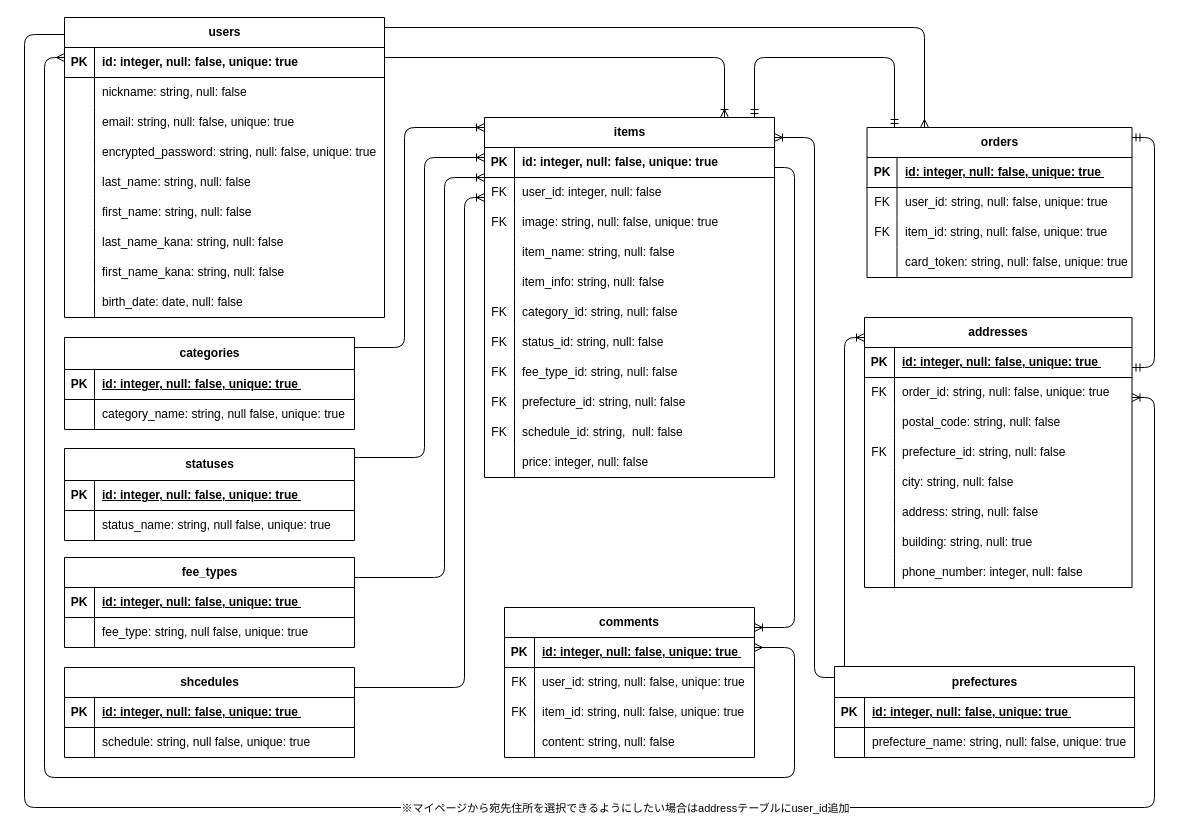
Earlier version of the draw.io diagram test.dio (reskillfrom31-lab/furima-46419). Source tidied: cells renumbered, new cells numbered last; positions are measured from the earlier drawing's top-left corner, leaving out a move shared by most shapes. Both pictures are drawn from the tidied source at 100%, with x=0, y=0 at pixel (24, 17).
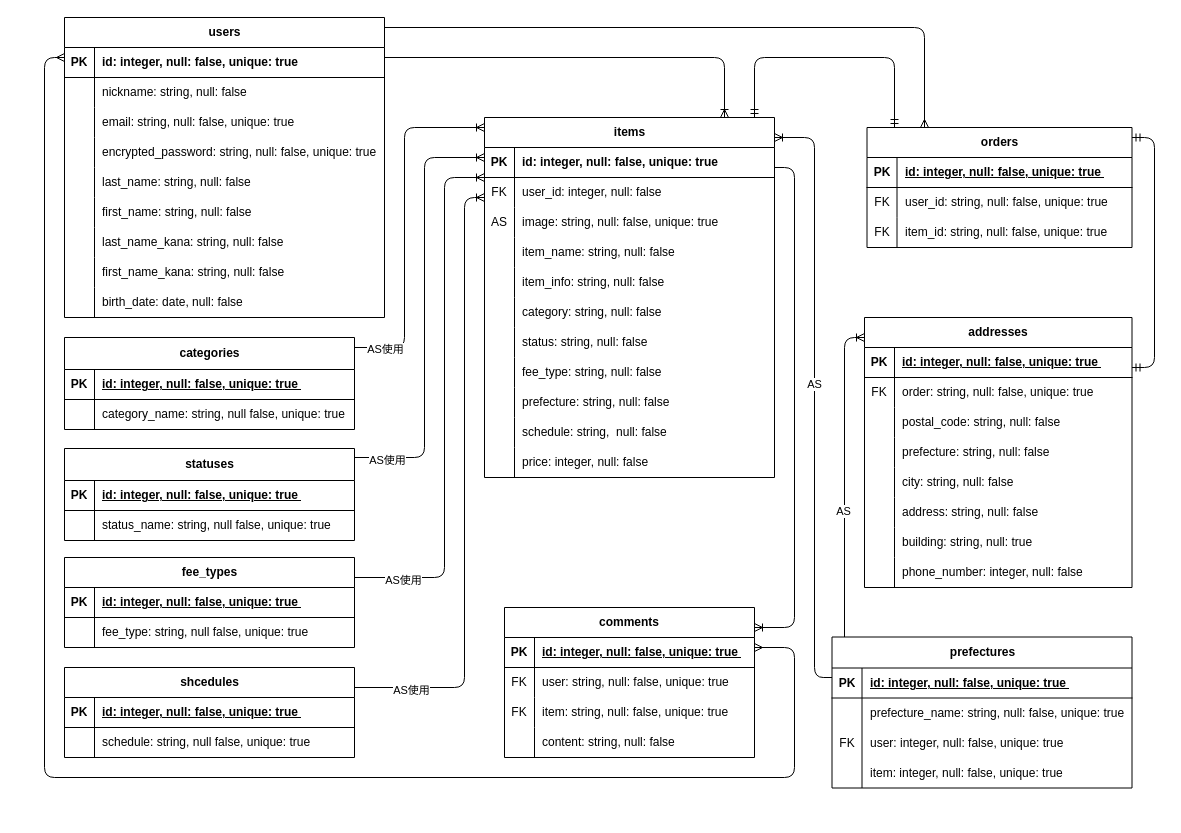
The same page after the edit.

Commit message (it also covers changes not shown here):
メンター指摘事項修正

The change refers to these unchanged cells:
```xml
<mxCell id="2" value="users" style="shape=table;startSize=30;childLayout=tableLayout;rowLines=0;fontStyle=1;align=center;html=1;" parent="1" vertex="1">
  <mxGeometry x="40" width="320" height="300" as="geometry" />
</mxCell>
<mxCell id="34" style="shape=tableRow;horizontal=0;startSize=0;swimlaneHead=0;swimlaneBody=0;fillColor=none;top=0;left=0;right=0;bottom=0;html=1;" parent="30" vertex="1">
  <mxGeometry y="60" width="250" height="30" as="geometry" />
</mxCell>
<mxCell id="37" style="shape=tableRow;horizontal=0;startSize=0;swimlaneHead=0;swimlaneBody=0;fillColor=none;top=0;left=0;right=0;bottom=0;html=1;" parent="30" vertex="1">
  <mxGeometry y="90" width="250" height="30" as="geometry" />
</mxCell>
<mxCell id="89" value="addresses" style="shape=table;startSize=30;childLayout=tableLayout;rowLines=0;fontStyle=1;align=center;html=1;whiteSpace=wrap;" parent="1" vertex="1">
  <mxGeometry x="840" y="300" width="267.5" height="270" as="geometry" />
</mxCell>
<mxCell id="93" style="shape=tableRow;horizontal=0;startSize=0;swimlaneHead=0;swimlaneBody=0;fillColor=none;top=0;left=0;right=0;bottom=0;html=1;" parent="89" vertex="1">
  <mxGeometry y="60" width="267.5" height="30" as="geometry" />
</mxCell>
<mxCell id="99" style="shape=tableRow;horizontal=0;startSize=0;swimlaneHead=0;swimlaneBody=0;fillColor=none;points=[[0,0.5],[1,0.5]];portConstraint=eastwest;top=0;left=0;right=0;bottom=0;html=1;" parent="89" vertex="1">
  <mxGeometry y="120" width="267.5" height="30" as="geometry" />
</mxCell>
<mxCell id="129" style="shape=tableRow;horizontal=0;startSize=0;swimlaneHead=0;swimlaneBody=0;fillColor=none;top=0;left=0;right=0;bottom=0;" parent="122" vertex="1">
  <mxGeometry y="90" width="290" height="30" as="geometry" />
</mxCell>
<mxCell id="138" style="shape=tableRow;horizontal=0;startSize=0;swimlaneHead=0;swimlaneBody=0;fillColor=none;top=0;left=0;right=0;bottom=0;" parent="122" vertex="1">
  <mxGeometry y="180" width="290" height="30" as="geometry" />
</mxCell>
<mxCell id="141" style="shape=tableRow;horizontal=0;startSize=0;swimlaneHead=0;swimlaneBody=0;fillColor=none;top=0;left=0;right=0;bottom=0;" parent="122" vertex="1">
  <mxGeometry y="210" width="290" height="30" as="geometry" />
</mxCell>
<mxCell id="144" style="shape=tableRow;horizontal=0;startSize=0;swimlaneHead=0;swimlaneBody=0;fillColor=none;top=0;left=0;right=0;bottom=0;" parent="122" vertex="1">
  <mxGeometry y="240" width="290" height="30" as="geometry" />
</mxCell>
<mxCell id="147" style="shape=tableRow;horizontal=0;startSize=0;swimlaneHead=0;swimlaneBody=0;fillColor=none;top=0;left=0;right=0;bottom=0;" parent="122" vertex="1">
  <mxGeometry y="270" width="290" height="30" as="geometry" />
</mxCell>
<mxCell id="150" style="shape=tableRow;horizontal=0;startSize=0;swimlaneHead=0;swimlaneBody=0;fillColor=none;top=0;left=0;right=0;bottom=0;" parent="122" vertex="1">
  <mxGeometry y="300" width="290" height="30" as="geometry" />
</mxCell>
<mxCell id="156" style="edgeStyle=orthogonalEdgeStyle;fontSize=12;html=1;endArrow=ERoneToMany;" parent="1" edge="1" source="114" target="89">
  <mxGeometry relative="1" as="geometry">
    <Array as="points">
      <mxPoint x="820" y="320" />
    </Array>
  </mxGeometry>
</mxCell>
<mxCell id="157" style="edgeStyle=orthogonalEdgeStyle;fontSize=12;html=1;endArrow=ERoneToMany;" parent="1" edge="1" source="114" target="122">
  <mxGeometry relative="1" as="geometry">
    <Array as="points">
      <mxPoint x="790" y="660" />
      <mxPoint x="790" y="120" />
    </Array>
  </mxGeometry>
</mxCell>
<mxCell id="161" style="edgeStyle=orthogonalEdgeStyle;fontSize=12;html=1;endArrow=ERoneToMany;" parent="1" edge="1" source="75" target="122">
  <mxGeometry relative="1" as="geometry">
    <Array as="points">
      <mxPoint x="380" y="330" />
      <mxPoint x="380" y="110" />
    </Array>
  </mxGeometry>
</mxCell>
<mxCell id="162" style="edgeStyle=orthogonalEdgeStyle;fontSize=12;html=1;endArrow=ERoneToMany;" parent="1" edge="1" source="82" target="122">
  <mxGeometry relative="1" as="geometry">
    <Array as="points">
      <mxPoint x="400" y="440" />
      <mxPoint x="400" y="140" />
    </Array>
  </mxGeometry>
</mxCell>
<mxCell id="163" style="edgeStyle=orthogonalEdgeStyle;fontSize=12;html=1;endArrow=ERoneToMany;" parent="1" edge="1" source="61" target="122">
  <mxGeometry relative="1" as="geometry">
    <Array as="points">
      <mxPoint x="420" y="560" />
      <mxPoint x="420" y="160" />
    </Array>
  </mxGeometry>
</mxCell>
<mxCell id="164" style="edgeStyle=orthogonalEdgeStyle;fontSize=12;html=1;endArrow=ERoneToMany;" parent="1" edge="1" source="68" target="122">
  <mxGeometry relative="1" as="geometry">
    <Array as="points">
      <mxPoint x="440" y="670" />
      <mxPoint x="440" y="180" />
    </Array>
  </mxGeometry>
</mxCell>
```

The edit, as a diff of the source:
```diff
@@
-    <mxCell id="36" value="&lt;span style=&quot;color: rgb(0, 0, 0);&quot;&gt;user_id: string, null: false, unique: true&lt;/span&gt;" style="shape=partialRectangle;fillColor=none;top=0;left=0;bottom=0;right=0;align=left;spacingLeft=6;overflow=hidden;html=1;whiteSpace=wrap;" parent="34" vertex="1">
+    <mxCell id="36" value="&lt;span style=&quot;color: rgb(0, 0, 0);&quot;&gt;user: string, null: false, unique: true&lt;/span&gt;" style="shape=partialRectangle;fillColor=none;top=0;left=0;bottom=0;right=0;align=left;spacingLeft=6;overflow=hidden;html=1;whiteSpace=wrap;" parent="34" vertex="1">
       <mxGeometry x="30" width="220" height="30" as="geometry" />
     </mxCell>
@@
-    <mxCell id="39" value="&lt;span style=&quot;color: rgb(0, 0, 0);&quot;&gt;item_id: string, null: false, unique: true&lt;/span&gt;" style="shape=partialRectangle;fillColor=none;top=0;left=0;bottom=0;right=0;align=left;spacingLeft=6;overflow=hidden;html=1;whiteSpace=wrap;" parent="37" vertex="1">
+    <mxCell id="39" value="&lt;span style=&quot;color: rgb(0, 0, 0);&quot;&gt;item: string, null: false, unique: true&lt;/span&gt;" style="shape=partialRectangle;fillColor=none;top=0;left=0;bottom=0;right=0;align=left;spacingLeft=6;overflow=hidden;html=1;whiteSpace=wrap;" parent="37" vertex="1">
       <mxGeometry x="30" width="220" height="30" as="geometry" />
     </mxCell>
@@
     <mxCell id="44" value="orders" style="shape=table;startSize=30;childLayout=tableLayout;rowLines=0;fontStyle=1;align=center;html=1;whiteSpace=wrap;" parent="1" vertex="1">
-      <mxGeometry x="842.5" y="110" width="265" height="150" as="geometry" />
+      <mxGeometry x="842.5" y="110" width="265" height="120" as="geometry" />
     </mxCell>
@@
-    <mxCell id="54" style="shape=tableRow;horizontal=0;startSize=0;swimlaneHead=0;swimlaneBody=0;fillColor=none;top=0;left=0;right=0;bottom=0;html=1;" parent="44" vertex="1">
-      <mxGeometry y="120" width="265" height="30" as="geometry" />
-    </mxCell>
-    <mxCell id="55" style="shape=partialRectangle;fillColor=none;top=0;left=0;bottom=0;right=0;overflow=hidden;html=1;whiteSpace=wrap;" parent="54" vertex="1">
-      <mxGeometry width="30" height="30" as="geometry" />
-    </mxCell>
-    <mxCell id="56" value="&lt;span style=&quot;color: rgb(0, 0, 0);&quot;&gt;card_token: string, null: false, unique: true&lt;/span&gt;" style="shape=partialRectangle;fillColor=none;top=0;left=0;bottom=0;right=0;align=left;spacingLeft=6;overflow=hidden;html=1;whiteSpace=wrap;" parent="54" vertex="1">
-      <mxGeometry x="30" width="235" height="30" as="geometry" />
-    </mxCell>
@@
-    <mxCell id="95" value="&lt;span style=&quot;color: rgb(0, 0, 0);&quot;&gt;order_id: string, null: false, unique: true&lt;/span&gt;" style="shape=partialRectangle;fillColor=none;top=0;left=0;bottom=0;right=0;align=left;spacingLeft=6;overflow=hidden;html=1;whiteSpace=wrap;" parent="93" vertex="1">
+    <mxCell id="95" value="&lt;span style=&quot;color: rgb(0, 0, 0);&quot;&gt;order: string, null: false, unique: true&lt;/span&gt;" style="shape=partialRectangle;fillColor=none;top=0;left=0;bottom=0;right=0;align=left;spacingLeft=6;overflow=hidden;html=1;whiteSpace=wrap;" parent="93" vertex="1">
       <mxGeometry x="30" width="237.5" height="30" as="geometry" />
     </mxCell>
@@
-    <mxCell id="100" value="FK" style="shape=partialRectangle;fillColor=none;top=0;left=0;bottom=0;right=0;overflow=hidden;html=1;whiteSpace=wrap;" parent="99" vertex="1">
+    <mxCell id="100" style="shape=partialRectangle;fillColor=none;top=0;left=0;bottom=0;right=0;overflow=hidden;html=1;whiteSpace=wrap;" parent="99" vertex="1">
       <mxGeometry width="30" height="30" as="geometry" />
     </mxCell>
-    <mxCell id="101" value="prefecture_id: string, null: false&amp;nbsp;" style="shape=partialRectangle;fillColor=none;top=0;left=0;bottom=0;right=0;align=left;spacingLeft=6;overflow=hidden;html=1;whiteSpace=wrap;" parent="99" vertex="1">
+    <mxCell id="101" value="prefecture: string, null: false&amp;nbsp;" style="shape=partialRectangle;fillColor=none;top=0;left=0;bottom=0;right=0;align=left;spacingLeft=6;overflow=hidden;html=1;whiteSpace=wrap;" parent="99" vertex="1">
       <mxGeometry x="30" width="237.5" height="30" as="geometry" />
     </mxCell>
@@
     <mxCell id="114" value="prefectures" style="shape=table;startSize=31;childLayout=tableLayout;rowLines=0;fontStyle=1;align=center;html=1;" parent="1" vertex="1">
-      <mxGeometry x="810" y="649" width="300" height="91" as="geometry" />
+      <mxGeometry x="807.5" y="619.5" width="300" height="151" as="geometry" />
     </mxCell>
@@
+    <mxCell id="165" style="shape=tableRow;horizontal=0;startSize=0;swimlaneHead=0;swimlaneBody=0;fillColor=none;top=0;left=0;right=0;bottom=0;" parent="114" vertex="1">
+      <mxGeometry y="91" width="300" height="30" as="geometry" />
+    </mxCell>
+    <mxCell id="166" value="FK" style="shape=partialRectangle;fillColor=none;top=0;left=0;bottom=0;right=0;overflow=hidden;whiteSpace=wrap;html=1;" parent="165" vertex="1">
+      <mxGeometry width="30" height="30" as="geometry" />
+    </mxCell>
+    <mxCell id="167" value="user: integer, null: false, unique: true" style="shape=partialRectangle;fillColor=none;top=0;left=0;bottom=0;right=0;align=left;spacingLeft=6;overflow=hidden;whiteSpace=wrap;html=1;" parent="165" vertex="1">
+      <mxGeometry x="30" width="270" height="30" as="geometry" />
+    </mxCell>
+    <mxCell id="168" style="shape=tableRow;horizontal=0;startSize=0;swimlaneHead=0;swimlaneBody=0;fillColor=none;top=0;left=0;right=0;bottom=0;" parent="114" vertex="1">
+      <mxGeometry y="121" width="300" height="30" as="geometry" />
+    </mxCell>
+    <mxCell id="169" style="shape=partialRectangle;fillColor=none;top=0;left=0;bottom=0;right=0;overflow=hidden;whiteSpace=wrap;html=1;" parent="168" vertex="1">
+      <mxGeometry width="30" height="30" as="geometry" />
+    </mxCell>
+    <mxCell id="170" value="item: integer, null: false, unique: true" style="shape=partialRectangle;fillColor=none;top=0;left=0;bottom=0;right=0;align=left;spacingLeft=6;overflow=hidden;whiteSpace=wrap;html=1;" parent="168" vertex="1">
+      <mxGeometry x="30" width="270" height="30" as="geometry" />
+    </mxCell>
@@
-    <mxCell id="130" value="FK" style="shape=partialRectangle;fillColor=none;top=0;left=0;bottom=0;right=0;overflow=hidden;whiteSpace=wrap;html=1;" parent="129" vertex="1">
+    <mxCell id="130" value="AS" style="shape=partialRectangle;fillColor=none;top=0;left=0;bottom=0;right=0;overflow=hidden;whiteSpace=wrap;html=1;" parent="129" vertex="1">
       <mxGeometry width="30" height="30" as="geometry" />
     </mxCell>
@@
-    <mxCell id="139" value="FK" style="shape=partialRectangle;fillColor=none;top=0;left=0;bottom=0;right=0;overflow=hidden;whiteSpace=wrap;html=1;" parent="138" vertex="1">
+    <mxCell id="139" style="shape=partialRectangle;fillColor=none;top=0;left=0;bottom=0;right=0;overflow=hidden;whiteSpace=wrap;html=1;" parent="138" vertex="1">
       <mxGeometry width="30" height="30" as="geometry" />
     </mxCell>
-    <mxCell id="140" value="category_id: string, null: false" style="shape=partialRectangle;fillColor=none;top=0;left=0;bottom=0;right=0;align=left;spacingLeft=6;overflow=hidden;whiteSpace=wrap;html=1;" parent="138" vertex="1">
+    <mxCell id="140" value="category: string, null: false" style="shape=partialRectangle;fillColor=none;top=0;left=0;bottom=0;right=0;align=left;spacingLeft=6;overflow=hidden;whiteSpace=wrap;html=1;" parent="138" vertex="1">
       <mxGeometry x="30" width="260" height="30" as="geometry" />
     </mxCell>
@@
-    <mxCell id="142" value="FK" style="shape=partialRectangle;fillColor=none;top=0;left=0;bottom=0;right=0;overflow=hidden;whiteSpace=wrap;html=1;" parent="141" vertex="1">
+    <mxCell id="142" style="shape=partialRectangle;fillColor=none;top=0;left=0;bottom=0;right=0;overflow=hidden;whiteSpace=wrap;html=1;" parent="141" vertex="1">
       <mxGeometry width="30" height="30" as="geometry" />
     </mxCell>
-    <mxCell id="143" value="status_id: string, null: false" style="shape=partialRectangle;fillColor=none;top=0;left=0;bottom=0;right=0;align=left;spacingLeft=6;overflow=hidden;whiteSpace=wrap;html=1;" parent="141" vertex="1">
+    <mxCell id="143" value="status: string, null: false" style="shape=partialRectangle;fillColor=none;top=0;left=0;bottom=0;right=0;align=left;spacingLeft=6;overflow=hidden;whiteSpace=wrap;html=1;" parent="141" vertex="1">
       <mxGeometry x="30" width="260" height="30" as="geometry" />
     </mxCell>
@@
-    <mxCell id="145" value="FK" style="shape=partialRectangle;fillColor=none;top=0;left=0;bottom=0;right=0;overflow=hidden;whiteSpace=wrap;html=1;" parent="144" vertex="1">
+    <mxCell id="145" style="shape=partialRectangle;fillColor=none;top=0;left=0;bottom=0;right=0;overflow=hidden;whiteSpace=wrap;html=1;" parent="144" vertex="1">
       <mxGeometry width="30" height="30" as="geometry" />
     </mxCell>
-    <mxCell id="146" value="fee_type_id: string, null: false" style="shape=partialRectangle;fillColor=none;top=0;left=0;bottom=0;right=0;align=left;spacingLeft=6;overflow=hidden;whiteSpace=wrap;html=1;" parent="144" vertex="1">
+    <mxCell id="146" value="fee_type: string, null: false" style="shape=partialRectangle;fillColor=none;top=0;left=0;bottom=0;right=0;align=left;spacingLeft=6;overflow=hidden;whiteSpace=wrap;html=1;" parent="144" vertex="1">
       <mxGeometry x="30" width="260" height="30" as="geometry" />
     </mxCell>
@@
-    <mxCell id="148" value="FK" style="shape=partialRectangle;fillColor=none;top=0;left=0;bottom=0;right=0;overflow=hidden;whiteSpace=wrap;html=1;" parent="147" vertex="1">
+    <mxCell id="148" style="shape=partialRectangle;fillColor=none;top=0;left=0;bottom=0;right=0;overflow=hidden;whiteSpace=wrap;html=1;" parent="147" vertex="1">
       <mxGeometry width="30" height="30" as="geometry" />
     </mxCell>
-    <mxCell id="149" value="&lt;span style=&quot;color: rgb(0, 0, 0);&quot;&gt;prefecture_id: string&lt;/span&gt;&lt;span style=&quot;color: rgb(0, 0, 0);&quot;&gt;, null: false&lt;/span&gt;" style="shape=partialRectangle;fillColor=none;top=0;left=0;bottom=0;right=0;align=left;spacingLeft=6;overflow=hidden;whiteSpace=wrap;html=1;" parent="147" vertex="1">
+    <mxCell id="149" value="&lt;span style=&quot;color: rgb(0, 0, 0);&quot;&gt;prefecture: string&lt;/span&gt;&lt;span style=&quot;color: rgb(0, 0, 0);&quot;&gt;, null: false&lt;/span&gt;" style="shape=partialRectangle;fillColor=none;top=0;left=0;bottom=0;right=0;align=left;spacingLeft=6;overflow=hidden;whiteSpace=wrap;html=1;" parent="147" vertex="1">
       <mxGeometry x="30" width="260" height="30" as="geometry" />
     </mxCell>
@@
-    <mxCell id="151" value="FK" style="shape=partialRectangle;fillColor=none;top=0;left=0;bottom=0;right=0;overflow=hidden;whiteSpace=wrap;html=1;" parent="150" vertex="1">
+    <mxCell id="151" style="shape=partialRectangle;fillColor=none;top=0;left=0;bottom=0;right=0;overflow=hidden;whiteSpace=wrap;html=1;" parent="150" vertex="1">
       <mxGeometry width="30" height="30" as="geometry" />
     </mxCell>
-    <mxCell id="152" value="schedule_id: string,&amp;nbsp; null: false" style="shape=partialRectangle;fillColor=none;top=0;left=0;bottom=0;right=0;align=left;spacingLeft=6;overflow=hidden;whiteSpace=wrap;html=1;" parent="150" vertex="1">
+    <mxCell id="152" value="schedule: string,&amp;nbsp; null: false" style="shape=partialRectangle;fillColor=none;top=0;left=0;bottom=0;right=0;align=left;spacingLeft=6;overflow=hidden;whiteSpace=wrap;html=1;" parent="150" vertex="1">
       <mxGeometry x="30" width="260" height="30" as="geometry" />
     </mxCell>
@@
+    <mxCell id="171" value="AS" style="edgeLabel;html=1;align=center;verticalAlign=middle;" parent="156" vertex="1">
+      <mxGeometry x="-0.21" y="2" relative="1" as="geometry" />
+    </mxCell>
@@
+    <mxCell id="172" value="AS" style="edgeLabel;html=1;align=center;verticalAlign=middle;" parent="157" vertex="1">
+      <mxGeometry x="0.04" y="1" relative="1" as="geometry" />
+    </mxCell>
@@
-    <mxCell id="159" style="edgeStyle=orthogonalEdgeStyle;fontSize=12;html=1;endArrow=ERoneToMany;" parent="1" edge="1" source="2" target="89">
-      <mxGeometry relative="1" as="geometry">
-        <Array as="points">
-          <mxPoint y="17" />
-          <mxPoint y="790" />
-          <mxPoint x="1130" y="790" />
-          <mxPoint x="1130" y="380" />
-        </Array>
-      </mxGeometry>
-    </mxCell>
-    <mxCell id="160" value="※マイページから宛先住所を選択できるようにしたい場合はaddressテーブルにuser_id追加" style="edgeLabel;html=1;align=center;verticalAlign=middle;" parent="159" vertex="1">
-      <mxGeometry x="0.19" relative="1" as="geometry" />
-    </mxCell>
@@
+    <mxCell id="173" value="AS使用" style="edgeLabel;html=1;align=center;verticalAlign=middle;" parent="161" vertex="1">
+      <mxGeometry x="-0.83" y="-1" relative="1" as="geometry" />
+    </mxCell>
@@
+    <mxCell id="174" value="&lt;span style=&quot;color: rgb(0, 0, 0);&quot;&gt;AS使用&lt;/span&gt;" style="edgeLabel;html=1;align=center;verticalAlign=middle;" parent="162" vertex="1">
+      <mxGeometry x="-0.85" y="-2" relative="1" as="geometry" />
+    </mxCell>
@@
+    <mxCell id="175" value="&lt;span style=&quot;color: rgb(0, 0, 0);&quot;&gt;AS使用&lt;/span&gt;" style="edgeLabel;html=1;align=center;verticalAlign=middle;" parent="163" vertex="1">
+      <mxGeometry x="-0.82" y="-2" relative="1" as="geometry" />
+    </mxCell>
@@
+    <mxCell id="176" value="&lt;span style=&quot;color: rgb(0, 0, 0);&quot;&gt;AS使用&lt;/span&gt;" style="edgeLabel;html=1;align=center;verticalAlign=middle;" parent="164" vertex="1">
+      <mxGeometry x="-0.82" y="-2" relative="1" as="geometry" />
+    </mxCell>
```
